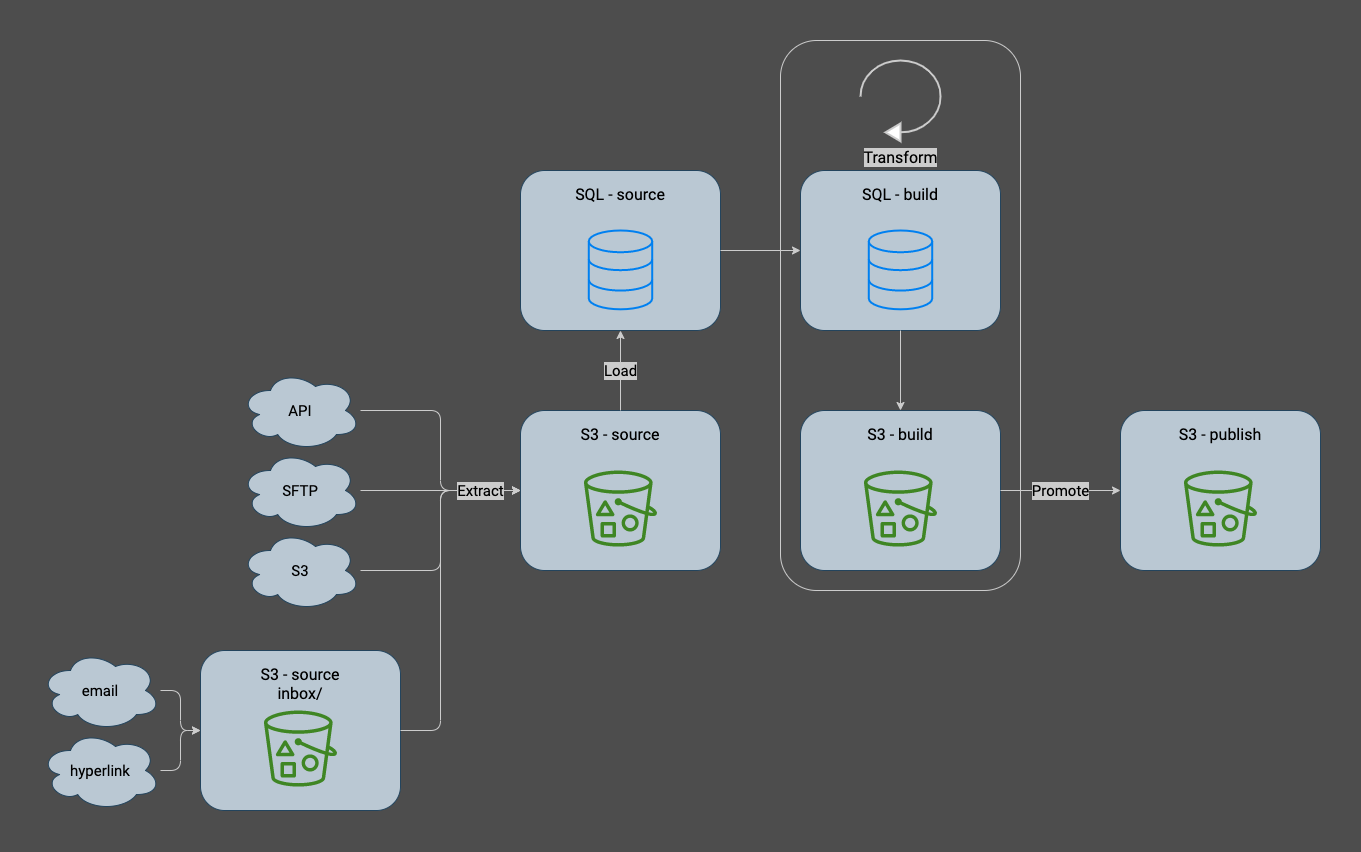
The draw.io diagram docs/diagrams/roadmap_data_platform.png in NYCPlanning/data-engineering, before a commit. Source tidied: cells renumbered, new cells last; positions are measured from the earlier drawing's top-left corner, leaving out a move shared by most shapes.
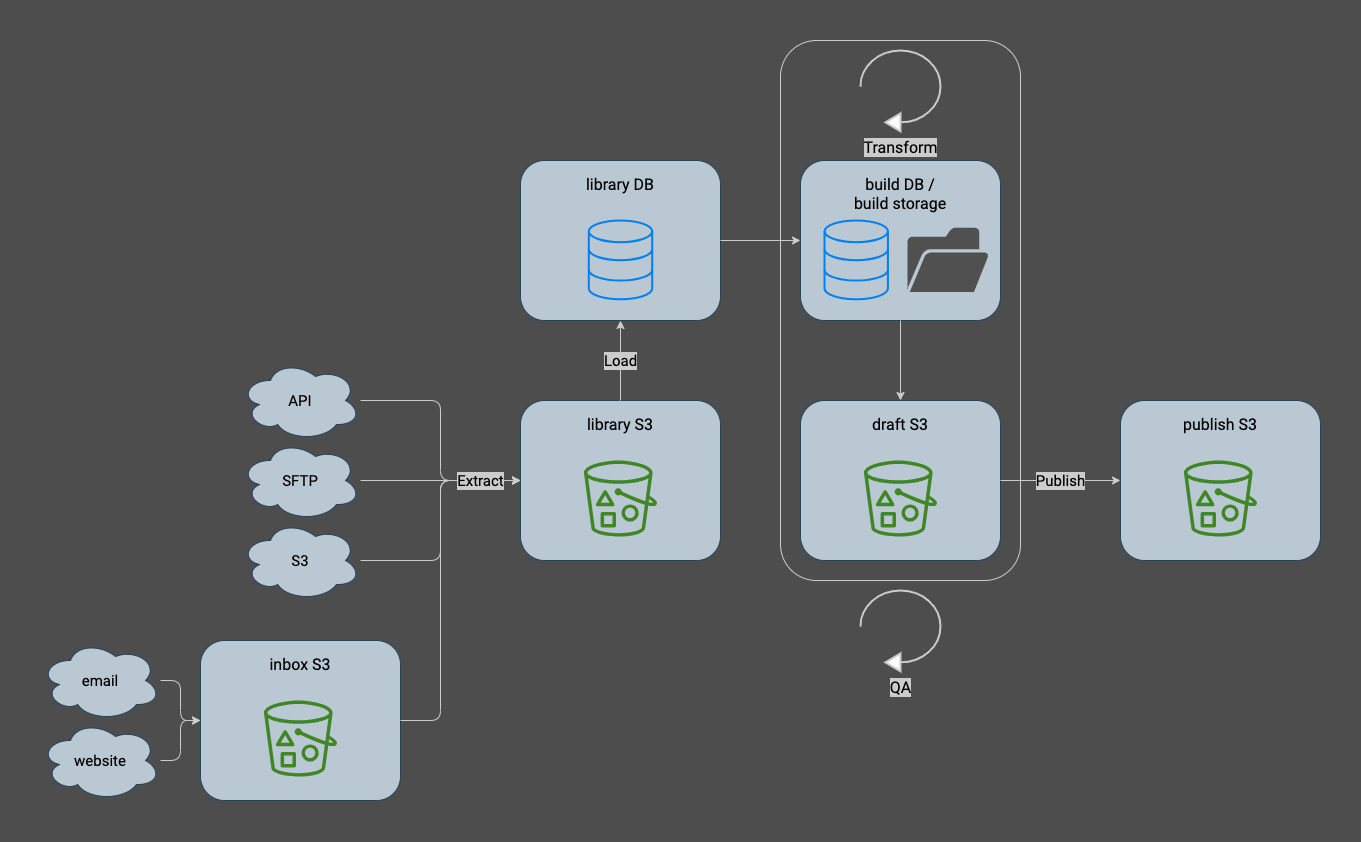
Above is the later version.

Commit message:
update data platform diagram

The edit, as a diff of the source:
```diff
@@ -3,7 +3,7 @@
     <mxCell id="0" />
     <mxCell id="1" parent="0" />
     <mxCell id="2" style="rounded=1;whiteSpace=wrap;html=1;fontFamily=Roboto;fontSource=https%3A%2F%2Ffonts.googleapis.com%2Fcss%3Ffamily%3DRoboto;fontSize=15;fontColor=#000000;fillColor=none;strokeColor=#CCCCCC;" parent="1" vertex="1">
-      <mxGeometry x="740" width="240" height="550" as="geometry" />
+      <mxGeometry x="740" y="10" width="240" height="540" as="geometry" />
     </mxCell>
     <mxCell id="3" style="edgeStyle=orthogonalEdgeStyle;shape=connector;rounded=1;html=1;entryX=0;entryY=0.5;entryDx=0;entryDy=0;labelBackgroundColor=default;strokeColor=#CCCCCC;fontFamily=Roboto;fontSource=https%3A%2F%2Ffonts.googleapis.com%2Fcss%3Ffamily%3DRoboto;fontSize=15;fontColor=#000000;endArrow=classic;" parent="1" edge="1" source="4" target="14">
       <mxGeometry relative="1" as="geometry">
@@ -25,7 +25,7 @@
     <mxCell id="7" style="edgeStyle=orthogonalEdgeStyle;shape=connector;rounded=1;html=1;entryX=0;entryY=0.5;entryDx=0;entryDy=0;labelBackgroundColor=default;strokeColor=#CCCCCC;fontFamily=Roboto;fontSource=https%3A%2F%2Ffonts.googleapis.com%2Fcss%3Ffamily%3DRoboto;fontSize=15;fontColor=#000000;endArrow=classic;" parent="1" edge="1" source="8" target="25">
       <mxGeometry relative="1" as="geometry" />
     </mxCell>
-    <mxCell id="8" value="hyperlink" style="ellipse;shape=cloud;whiteSpace=wrap;html=1;fontSize=15;fillColor=#bac8d3;strokeColor=#23445d;fontFamily=Roboto;fontSource=https%3A%2F%2Ffonts.googleapis.com%2Fcss%3Ffamily%3DRoboto;" parent="1" vertex="1">
+    <mxCell id="8" value="website" style="ellipse;shape=cloud;whiteSpace=wrap;html=1;fontSize=15;fillColor=#bac8d3;strokeColor=#23445d;fontFamily=Roboto;fontSource=https%3A%2F%2Ffonts.googleapis.com%2Fcss%3Ffamily%3DRoboto;" parent="1" vertex="1">
       <mxGeometry y="690" width="120" height="80" as="geometry" />
     </mxCell>
     <mxCell id="9" style="edgeStyle=orthogonalEdgeStyle;shape=connector;rounded=1;html=1;entryX=0;entryY=0.5;entryDx=0;entryDy=0;labelBackgroundColor=default;strokeColor=#CCCCCC;fontFamily=Roboto;fontSource=https%3A%2F%2Ffonts.googleapis.com%2Fcss%3Ffamily%3DRoboto;fontSize=15;fontColor=#000000;endArrow=classic;" parent="1" edge="1" source="10" target="14">
@@ -43,7 +43,7 @@
     <mxCell id="13" style="group;fontFamily=Roboto;fontSource=https%3A%2F%2Ffonts.googleapis.com%2Fcss%3Ffamily%3DRoboto;fontSize=10;" parent="1" vertex="1">
       <mxGeometry x="480" y="370" width="200" height="160" as="geometry" />
     </mxCell>
-    <mxCell id="14" value="S3 -&amp;nbsp;source" style="rounded=1;whiteSpace=wrap;html=1;fontFamily=Roboto;fontSize=16;fontColor=default;align=center;strokeColor=#23445d;fillColor=#bac8d3;fillStyle=solid;verticalAlign=top;spacing=10;fontSource=https%3A%2F%2Ffonts.googleapis.com%2Fcss%3Ffamily%3DRoboto;" parent="13" vertex="1">
+    <mxCell id="14" value="library S3" style="rounded=1;whiteSpace=wrap;html=1;fontFamily=Roboto;fontSize=16;fontColor=default;align=center;strokeColor=#23445d;fillColor=#bac8d3;fillStyle=solid;verticalAlign=top;spacing=10;fontSource=https%3A%2F%2Ffonts.googleapis.com%2Fcss%3Ffamily%3DRoboto;" parent="13" vertex="1">
       <mxGeometry width="200" height="160" as="geometry" />
     </mxCell>
     <mxCell id="15" style="sketch=0;fontColor=#232F3E;gradientColor=none;fillColor=#3F8624;strokeColor=none;dashed=0;verticalLabelPosition=bottom;verticalAlign=top;align=center;html=1;fontSize=16;fontStyle=0;shape=mxgraph.aws4.bucket_with_objects;fontFamily=Roboto;fontSource=https%3A%2F%2Ffonts.googleapis.com%2Fcss%3Ffamily%3DRoboto;" parent="13" vertex="1">
@@ -52,19 +52,22 @@
     <mxCell id="16" style="group;fontFamily=Roboto;fontSource=https%3A%2F%2Ffonts.googleapis.com%2Fcss%3Ffamily%3DRoboto;fontSize=10;" parent="1" vertex="1">
       <mxGeometry x="760" y="130" width="200" height="160" as="geometry" />
     </mxCell>
-    <mxCell id="17" value="SQL - build" style="rounded=1;whiteSpace=wrap;html=1;fontFamily=Roboto;fontSize=16;fontColor=default;align=center;strokeColor=#23445d;fillColor=#bac8d3;fillStyle=solid;verticalAlign=top;spacing=10;fontSource=https%3A%2F%2Ffonts.googleapis.com%2Fcss%3Ffamily%3DRoboto;" parent="16" vertex="1">
+    <mxCell id="17" value="build DB /&lt;br&gt;build storage" style="rounded=1;whiteSpace=wrap;html=1;fontFamily=Roboto;fontSize=16;fontColor=default;align=center;strokeColor=#23445d;fillColor=#bac8d3;fillStyle=solid;verticalAlign=top;spacing=10;fontSource=https%3A%2F%2Ffonts.googleapis.com%2Fcss%3Ffamily%3DRoboto;" parent="16" vertex="1">
       <mxGeometry width="200" height="160" as="geometry" />
     </mxCell>
     <mxCell id="18" style="html=1;verticalLabelPosition=bottom;align=center;labelBackgroundColor=#ffffff;verticalAlign=top;strokeWidth=2;strokeColor=#0080F0;shadow=0;dashed=0;shape=mxgraph.ios7.icons.data;fontSize=16;fontColor=#000000;fillColor=none;fontFamily=Roboto;fontSource=https%3A%2F%2Ffonts.googleapis.com%2Fcss%3Ffamily%3DRoboto;" parent="16" vertex="1">
-      <mxGeometry x="68.3" y="60" width="63.4" height="78.8" as="geometry" />
+      <mxGeometry x="24" y="60" width="63.4" height="78.8" as="geometry" />
     </mxCell>
+    <mxCell id="37" style="sketch=0;shadow=0;dashed=0;html=1;strokeColor=none;fillColor=#505050;labelPosition=center;verticalLabelPosition=bottom;verticalAlign=top;align=center;shape=mxgraph.office.concepts.folder_open;fontSize=16;" parent="16" vertex="1">
+      <mxGeometry x="107" y="67.3" width="81.5" height="64.1" as="geometry" />
+    </mxCell>
     <mxCell id="19" value="Load" style="edgeStyle=orthogonalEdgeStyle;html=1;fontSize=15;fontColor=#000000;strokeColor=#CCCCCC;exitX=0.5;exitY=0;exitDx=0;exitDy=0;entryX=0.5;entryY=1;entryDx=0;entryDy=0;fontFamily=Roboto;fontSource=https%3A%2F%2Ffonts.googleapis.com%2Fcss%3Ffamily%3DRoboto;labelBackgroundColor=#CCCCCC;labelBorderColor=none;" parent="1" edge="1" source="14" target="33">
       <mxGeometry relative="1" as="geometry" />
     </mxCell>
     <mxCell id="20" style="group;fontFamily=Roboto;fontSource=https%3A%2F%2Ffonts.googleapis.com%2Fcss%3Ffamily%3DRoboto;fontSize=10;" parent="1" vertex="1">
       <mxGeometry x="1080" y="370" width="200" height="160" as="geometry" />
     </mxCell>
-    <mxCell id="21" value="S3 - publish&lt;br&gt;" style="rounded=1;whiteSpace=wrap;html=1;fontFamily=Roboto;fontSize=16;fontColor=default;align=center;strokeColor=#23445d;fillColor=#bac8d3;fillStyle=solid;verticalAlign=top;spacing=10;fontSource=https%3A%2F%2Ffonts.googleapis.com%2Fcss%3Ffamily%3DRoboto;" parent="20" vertex="1">
+    <mxCell id="21" value="publish S3" style="rounded=1;whiteSpace=wrap;html=1;fontFamily=Roboto;fontSize=16;fontColor=default;align=center;strokeColor=#23445d;fillColor=#bac8d3;fillStyle=solid;verticalAlign=top;spacing=10;fontSource=https%3A%2F%2Ffonts.googleapis.com%2Fcss%3Ffamily%3DRoboto;" parent="20" vertex="1">
       <mxGeometry width="200" height="160" as="geometry" />
     </mxCell>
     <mxCell id="22" style="sketch=0;fontColor=#232F3E;gradientColor=none;fillColor=#3F8624;strokeColor=none;dashed=0;verticalLabelPosition=bottom;verticalAlign=top;align=center;html=1;fontSize=16;fontStyle=0;shape=mxgraph.aws4.bucket_with_objects;fontFamily=Roboto;fontSource=https%3A%2F%2Ffonts.googleapis.com%2Fcss%3Ffamily%3DRoboto;" parent="20" vertex="1">
@@ -76,7 +79,7 @@
     <mxCell id="24" style="group;fontFamily=Roboto;fontSource=https%3A%2F%2Ffonts.googleapis.com%2Fcss%3Ffamily%3DRoboto;fontSize=10;" parent="1" vertex="1">
       <mxGeometry x="160" y="610" width="200" height="160" as="geometry" />
     </mxCell>
-    <mxCell id="25" value="S3 - source&lt;br&gt;inbox/" style="rounded=1;whiteSpace=wrap;html=1;fontFamily=Roboto;fontSize=16;fontColor=default;align=center;strokeColor=#23445d;fillColor=#bac8d3;fillStyle=solid;verticalAlign=top;spacing=10;fontSource=https%3A%2F%2Ffonts.googleapis.com%2Fcss%3Ffamily%3DRoboto;" parent="24" vertex="1">
+    <mxCell id="25" value="inbox S3" style="rounded=1;whiteSpace=wrap;html=1;fontFamily=Roboto;fontSize=16;fontColor=default;align=center;strokeColor=#23445d;fillColor=#bac8d3;fillStyle=solid;verticalAlign=top;spacing=10;fontSource=https%3A%2F%2Ffonts.googleapis.com%2Fcss%3Ffamily%3DRoboto;" parent="24" vertex="1">
       <mxGeometry width="200" height="160" as="geometry" />
     </mxCell>
     <mxCell id="26" style="sketch=0;fontColor=#232F3E;gradientColor=none;fillColor=#3F8624;strokeColor=none;dashed=0;verticalLabelPosition=bottom;verticalAlign=top;align=center;html=1;fontSize=16;fontStyle=0;shape=mxgraph.aws4.bucket_with_objects;fontFamily=Roboto;fontSource=https%3A%2F%2Ffonts.googleapis.com%2Fcss%3Ffamily%3DRoboto;" parent="24" vertex="1">
@@ -93,19 +96,19 @@
     <mxCell id="28" style="group;fontFamily=Roboto;fontSource=https%3A%2F%2Ffonts.googleapis.com%2Fcss%3Ffamily%3DRoboto;fontSize=10;" parent="1" vertex="1">
       <mxGeometry x="760" y="370" width="200" height="160" as="geometry" />
     </mxCell>
-    <mxCell id="29" value="S3 - build" style="rounded=1;whiteSpace=wrap;html=1;fontFamily=Roboto;fontSize=16;fontColor=default;align=center;strokeColor=#23445d;fillColor=#bac8d3;fillStyle=solid;verticalAlign=top;spacing=10;fontSource=https%3A%2F%2Ffonts.googleapis.com%2Fcss%3Ffamily%3DRoboto;" parent="28" vertex="1">
+    <mxCell id="29" value="draft S3" style="rounded=1;whiteSpace=wrap;html=1;fontFamily=Roboto;fontSize=16;fontColor=default;align=center;strokeColor=#23445d;fillColor=#bac8d3;fillStyle=solid;verticalAlign=top;spacing=10;fontSource=https%3A%2F%2Ffonts.googleapis.com%2Fcss%3Ffamily%3DRoboto;" parent="28" vertex="1">
       <mxGeometry width="200" height="160" as="geometry" />
     </mxCell>
     <mxCell id="30" style="sketch=0;fontColor=#232F3E;gradientColor=none;fillColor=#3F8624;strokeColor=none;dashed=0;verticalLabelPosition=bottom;verticalAlign=top;align=center;html=1;fontSize=16;fontStyle=0;shape=mxgraph.aws4.bucket_with_objects;fontFamily=Roboto;fontSource=https%3A%2F%2Ffonts.googleapis.com%2Fcss%3Ffamily%3DRoboto;" parent="28" vertex="1">
       <mxGeometry x="63.4" y="60" width="73.2" height="76.1" as="geometry" />
     </mxCell>
-    <mxCell id="31" value="Promote" style="edgeStyle=orthogonalEdgeStyle;shape=connector;rounded=1;html=1;labelBackgroundColor=#CCCCCC;strokeColor=#CCCCCC;fontFamily=Roboto;fontSize=15;fontColor=#000000;endArrow=classic;fontSource=https%3A%2F%2Ffonts.googleapis.com%2Fcss%3Ffamily%3DRoboto;labelBorderColor=none;exitX=1;exitY=0.5;exitDx=0;exitDy=0;entryX=0;entryY=0.5;entryDx=0;entryDy=0;" parent="1" edge="1" source="29" target="21">
+    <mxCell id="31" value="Publish" style="edgeStyle=orthogonalEdgeStyle;shape=connector;rounded=1;html=1;labelBackgroundColor=#CCCCCC;strokeColor=#CCCCCC;fontFamily=Roboto;fontSize=15;fontColor=#000000;endArrow=classic;fontSource=https%3A%2F%2Ffonts.googleapis.com%2Fcss%3Ffamily%3DRoboto;labelBorderColor=none;exitX=1;exitY=0.5;exitDx=0;exitDy=0;entryX=0;entryY=0.5;entryDx=0;entryDy=0;" parent="1" edge="1" source="29" target="21">
       <mxGeometry relative="1" as="geometry" />
     </mxCell>
     <mxCell id="32" style="group;fontFamily=Roboto;fontSource=https%3A%2F%2Ffonts.googleapis.com%2Fcss%3Ffamily%3DRoboto;fontSize=10;" parent="1" vertex="1">
       <mxGeometry x="480" y="130" width="200" height="160" as="geometry" />
     </mxCell>
-    <mxCell id="33" value="SQL - source" style="rounded=1;whiteSpace=wrap;html=1;fontFamily=Roboto;fontSize=16;fontColor=default;align=center;strokeColor=#23445d;fillColor=#bac8d3;fillStyle=solid;verticalAlign=top;spacing=10;fontSource=https%3A%2F%2Ffonts.googleapis.com%2Fcss%3Ffamily%3DRoboto;" parent="32" vertex="1">
+    <mxCell id="33" value="library DB" style="rounded=1;whiteSpace=wrap;html=1;fontFamily=Roboto;fontSize=16;fontColor=default;align=center;strokeColor=#23445d;fillColor=#bac8d3;fillStyle=solid;verticalAlign=top;spacing=10;fontSource=https%3A%2F%2Ffonts.googleapis.com%2Fcss%3Ffamily%3DRoboto;" parent="32" vertex="1">
       <mxGeometry width="200" height="160" as="geometry" />
     </mxCell>
     <mxCell id="34" style="html=1;verticalLabelPosition=bottom;align=center;labelBackgroundColor=#ffffff;verticalAlign=top;strokeWidth=2;strokeColor=#0080F0;shadow=0;dashed=0;shape=mxgraph.ios7.icons.data;fontSize=16;fontColor=#000000;fillColor=none;fontFamily=Roboto;fontSource=https%3A%2F%2Ffonts.googleapis.com%2Fcss%3Ffamily%3DRoboto;" parent="32" vertex="1">
@@ -117,5 +120,8 @@
     <mxCell id="36" style="edgeStyle=orthogonalEdgeStyle;html=1;fontSize=15;fontColor=#000000;strokeColor=#CCCCCC;exitX=1;exitY=0.5;exitDx=0;exitDy=0;entryX=0;entryY=0.5;entryDx=0;entryDy=0;fontFamily=Roboto;fontSource=https%3A%2F%2Ffonts.googleapis.com%2Fcss%3Ffamily%3DRoboto;labelBackgroundColor=#CCCCCC;labelBorderColor=none;" parent="1" edge="1" source="33" target="17">
       <mxGeometry relative="1" as="geometry" />
     </mxCell>
+    <mxCell id="38" value="QA" style="html=1;verticalLabelPosition=bottom;align=center;labelBackgroundColor=#CCCCCC;verticalAlign=top;strokeWidth=2;strokeColor=#CCCCCC;shadow=0;dashed=0;shape=mxgraph.ios7.icons.reload;fontFamily=Roboto;fontSource=https%3A%2F%2Ffonts.googleapis.com%2Fcss%3Ffamily%3DRoboto;fontSize=16;fontColor=#000000;labelBorderColor=none;horizontal=1;direction=west;" parent="1" vertex="1">
+      <mxGeometry x="819.9" y="560" width="80.2" height="80.8" as="geometry" />
+    </mxCell>
   </root>
 </mxGraphModel>
```
